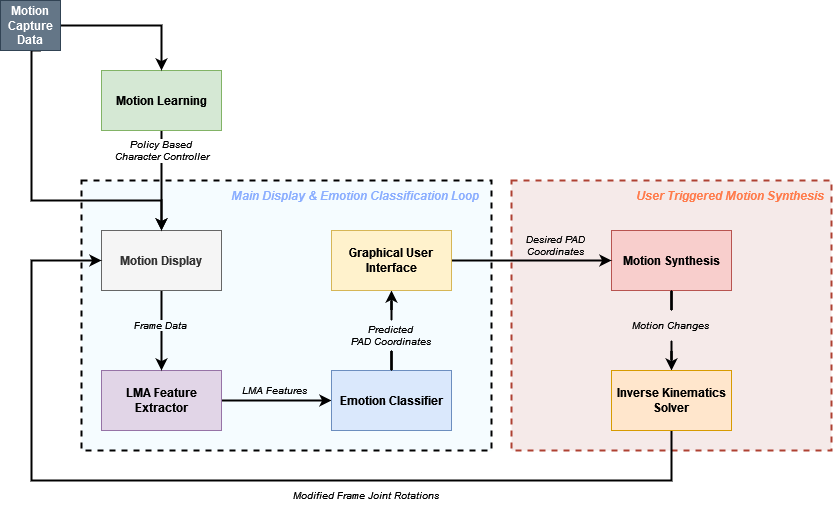
Earlier version of the draw.io export system_arch.drawio.png (HerouFenix/emotion_identification_and_synthesis_website). Source tidied: cells renumbered, new cells last; positions are measured from the earlier drawing's top-left corner, leaving out a move shared by most shapes.
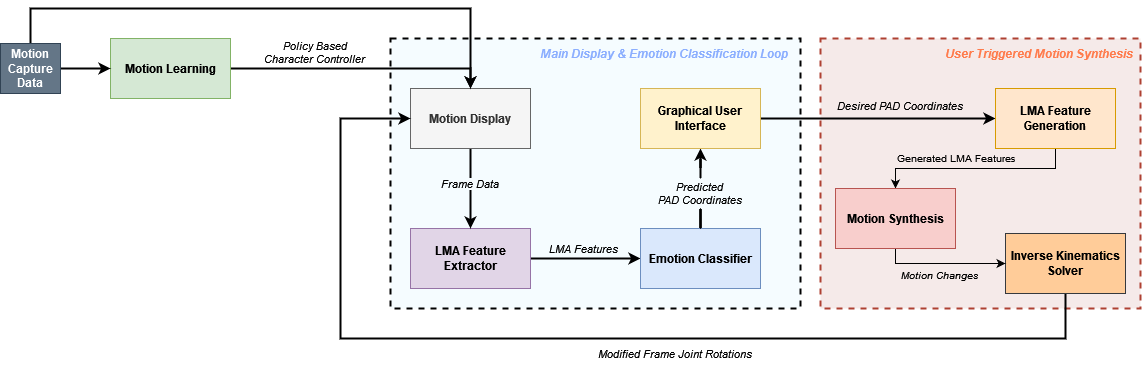
Above is the later version.

Diff of the diagram source:
```diff
@@ -20,58 +20,42 @@
     <mxCell id="7" value="Emotion Classifier" style="rounded=0;whiteSpace=wrap;html=1;fontStyle=1;fillColor=#dae8fc;strokeColor=#6c8ebf;" parent="1" vertex="1">
       <mxGeometry x="331" y="370" width="120" height="60" as="geometry" />
     </mxCell>
-    <mxCell id="8" style="edgeStyle=orthogonalEdgeStyle;rounded=0;jettySize=auto;html=1;entryX=0.5;entryY=0;entryDx=0;entryDy=0;strokeWidth=2;startArrow=none;" parent="1" edge="1" source="27" target="15">
-      <mxGeometry y="-20" relative="1" as="geometry" />
-    </mxCell>
-    <mxCell id="9" value="Motion Synthesis" style="rounded=0;whiteSpace=wrap;html=1;fontStyle=1;fillColor=#f8cecc;strokeColor=#b85450;" parent="1" vertex="1">
-      <mxGeometry x="611" y="230" width="120" height="60" as="geometry" />
-    </mxCell>
     <mxCell id="10" style="edgeStyle=orthogonalEdgeStyle;rounded=0;jettySize=auto;html=1;strokeWidth=2;jumpSize=0;fillColor=none;" parent="1" edge="1" source="11" target="5">
       <mxGeometry y="20" relative="1" as="geometry" />
     </mxCell>
     <mxCell id="11" value="Motion Display" style="rounded=0;whiteSpace=wrap;html=1;fontStyle=1;fillColor=#f5f5f5;strokeColor=#666666;fontColor=#333333;" parent="1" vertex="1">
       <mxGeometry x="101" y="230" width="120" height="60" as="geometry" />
     </mxCell>
-    <mxCell id="12" value="&lt;div style=&quot;font-size: 10px;&quot;&gt;&lt;font style=&quot;font-size: 10px;&quot;&gt;&lt;i&gt;Policy Based &lt;br&gt;&lt;/i&gt;&lt;/font&gt;&lt;/div&gt;&lt;div style=&quot;font-size: 10px;&quot;&gt;&lt;font style=&quot;font-size: 10px;&quot;&gt;&lt;i&gt;Character Controller&lt;/i&gt;&lt;/font&gt;&lt;/div&gt;" style="edgeStyle=orthogonalEdgeStyle;rounded=0;jettySize=auto;html=1;entryX=0.5;entryY=0;entryDx=0;entryDy=0;exitX=0.5;exitY=1;exitDx=0;exitDy=0;strokeWidth=2;" parent="1" edge="1" source="13" target="11">
-      <mxGeometry x="-0.6" relative="1" as="geometry">
-        <Array as="points">
-          <mxPoint x="161" y="145" />
-        </Array>
-      </mxGeometry>
-    </mxCell>
+    <mxCell id="31" style="edgeStyle=orthogonalEdgeStyle;rounded=0;jumpSize=0;jettySize=auto;html=1;entryX=0.5;entryY=0;entryDx=0;entryDy=0;labelBackgroundColor=#F5FCFF;fontSize=10;fontColor=#000000;strokeWidth=2;" parent="1" edge="1" source="13" target="11">
+      <mxGeometry x="-0.31" relative="1" as="geometry" />
+    </mxCell>
     <mxCell id="13" value="Motion Learning" style="rounded=0;whiteSpace=wrap;html=1;fontStyle=1;fillColor=#d5e8d4;strokeColor=#82b366;" parent="1" vertex="1">
-      <mxGeometry x="101" y="70" width="120" height="60" as="geometry" />
+      <mxGeometry x="-199" y="180" width="120" height="60" as="geometry" />
     </mxCell>
     <mxCell id="14" style="edgeStyle=orthogonalEdgeStyle;rounded=0;jumpSize=0;jettySize=auto;html=1;entryX=0;entryY=0.5;entryDx=0;entryDy=0;labelBackgroundColor=#F5FCFF;fontSize=10;fontColor=#000000;strokeWidth=2;exitX=0.5;exitY=1;exitDx=0;exitDy=0;" parent="1" edge="1" source="15" target="11">
       <mxGeometry relative="1" as="geometry">
         <Array as="points">
-          <mxPoint x="671" y="480" />
+          <mxPoint x="756" y="480" />
           <mxPoint x="31" y="480" />
           <mxPoint x="31" y="260" />
         </Array>
       </mxGeometry>
     </mxCell>
-    <mxCell id="15" value="Inverse Kinematics Solver" style="rounded=0;whiteSpace=wrap;html=1;fontStyle=1;fillColor=#ffe6cc;strokeColor=#d79b00;" parent="1" vertex="1">
-      <mxGeometry x="611" y="370" width="120" height="60" as="geometry" />
-    </mxCell>
-    <mxCell id="16" style="edgeStyle=orthogonalEdgeStyle;rounded=0;jettySize=auto;html=1;entryX=0.5;entryY=0;entryDx=0;entryDy=0;strokeWidth=2;" parent="1" edge="1" source="18" target="13">
+    <mxCell id="16" style="edgeStyle=orthogonalEdgeStyle;rounded=0;jettySize=auto;html=1;entryX=0;entryY=0.5;entryDx=0;entryDy=0;strokeWidth=2;" parent="1" edge="1" source="18" target="13">
       <mxGeometry relative="1" as="geometry" />
     </mxCell>
-    <mxCell id="17" style="edgeStyle=orthogonalEdgeStyle;rounded=0;jumpSize=0;orthogonalLoop=1;jettySize=auto;html=1;labelBackgroundColor=#F5FCFF;fontSize=10;fontColor=#000000;strokeWidth=2;" parent="1" edge="1">
-      <mxGeometry relative="1" as="geometry">
-        <mxPoint x="41" y="50" as="sourcePoint" />
-        <mxPoint x="161" y="230" as="targetPoint" />
-        <Array as="points">
-          <mxPoint x="31" y="50" />
-          <mxPoint x="31" y="200" />
-          <mxPoint x="161" y="200" />
-        </Array>
-      </mxGeometry>
-    </mxCell>
+    <mxCell id="32" style="edgeStyle=orthogonalEdgeStyle;rounded=0;jumpSize=0;jettySize=auto;html=1;entryX=0.5;entryY=0;entryDx=0;entryDy=0;labelBackgroundColor=#F5FCFF;fontSize=10;fontColor=#000000;strokeWidth=2;" parent="1" edge="1" source="18" target="11">
+      <mxGeometry relative="1" as="geometry">
+        <Array as="points">
+          <mxPoint x="-279" y="150" />
+          <mxPoint x="161" y="150" />
+        </Array>
+      </mxGeometry>
+    </mxCell>
     <mxCell id="18" value="Motion Capture Data" style="text;html=1;strokeColor=#314354;fillColor=#647687;align=center;verticalAlign=middle;whiteSpace=wrap;rounded=0;fontStyle=1;fontColor=#ffffff;" parent="1" vertex="1">
-      <mxGeometry width="60" height="50" as="geometry" />
+      <mxGeometry x="-309" y="185" width="60" height="50" as="geometry" />
     </mxCell>
-    <mxCell id="19" style="edgeStyle=orthogonalEdgeStyle;rounded=0;jumpSize=0;jettySize=auto;html=1;entryX=0;entryY=0.5;entryDx=0;entryDy=0;labelBackgroundColor=#F5FCFF;fontSize=10;fontColor=#000000;strokeWidth=2;" parent="1" edge="1" source="20" target="9">
+    <mxCell id="19" style="edgeStyle=orthogonalEdgeStyle;rounded=0;jumpSize=0;jettySize=auto;html=1;entryX=0;entryY=0.5;entryDx=0;entryDy=0;labelBackgroundColor=#F5FCFF;fontSize=10;fontColor=#000000;strokeWidth=2;" parent="1" edge="1" source="20" target="34">
       <mxGeometry relative="1" as="geometry" />
     </mxCell>
     <mxCell id="20" value="Graphical User Interface" style="rounded=0;whiteSpace=wrap;html=1;fontStyle=1;fillColor=#fff2cc;strokeColor=#d6b656;" parent="1" vertex="1">
@@ -83,29 +67,51 @@
     <mxCell id="22" value="&lt;div align=&quot;right&quot;&gt;&lt;font color=&quot;#FF7C4D&quot;&gt;&lt;i&gt;User Triggered&lt;/i&gt; &lt;i&gt;Motion Synthesis&lt;/i&gt;&lt;/font&gt;&lt;/div&gt;" style="text;html=1;strokeColor=none;fillColor=none;align=right;verticalAlign=middle;whiteSpace=wrap;rounded=0;dashed=1;fontStyle=1;" parent="1" vertex="1">
       <mxGeometry x="596" y="180" width="230" height="30" as="geometry" />
     </mxCell>
-    <mxCell id="23" value="&lt;span style=&quot;background-color: rgb(245, 252, 255);&quot;&gt;&lt;i&gt;LMA Features&lt;/i&gt;&lt;/span&gt;" style="text;html=1;strokeColor=none;fillColor=none;align=center;verticalAlign=middle;whiteSpace=wrap;rounded=0;dashed=1;fontSize=10;fontColor=#000000;" parent="1" vertex="1">
+    <mxCell id="23" value="&lt;font style=&quot;font-size: 11px;&quot;&gt;&lt;span style=&quot;background-color: rgb(245, 252, 255);&quot;&gt;&lt;i&gt;LMA Features&lt;/i&gt;&lt;/span&gt;&lt;/font&gt;" style="text;html=1;strokeColor=none;fillColor=none;align=center;verticalAlign=middle;whiteSpace=wrap;rounded=0;dashed=1;fontSize=10;fontColor=#000000;" parent="1" vertex="1">
       <mxGeometry x="224" y="375" width="100" height="30" as="geometry" />
     </mxCell>
-    <mxCell id="24" value="&lt;span style=&quot;background-color: rgb(245, 252, 255);&quot;&gt;&lt;i&gt;Frame Data&lt;br&gt;&lt;/i&gt;&lt;/span&gt;" style="text;html=1;strokeColor=none;fillColor=none;align=center;verticalAlign=middle;whiteSpace=wrap;rounded=0;dashed=1;fontSize=10;fontColor=#000000;" parent="1" vertex="1">
+    <mxCell id="24" value="&lt;font style=&quot;font-size: 11px;&quot;&gt;&lt;span style=&quot;background-color: rgb(245, 252, 255);&quot;&gt;&lt;i&gt;Frame Data&lt;br&gt;&lt;/i&gt;&lt;/span&gt;&lt;/font&gt;" style="text;html=1;strokeColor=none;fillColor=none;align=center;verticalAlign=middle;whiteSpace=wrap;rounded=0;dashed=1;fontSize=10;fontColor=#000000;" parent="1" vertex="1">
       <mxGeometry x="111" y="310" width="100" height="30" as="geometry" />
     </mxCell>
-    <mxCell id="25" value="&lt;div&gt;&lt;span style=&quot;background-color: rgb(245, 234, 233);&quot;&gt;&lt;i&gt;Desired PAD &lt;br&gt;&lt;/i&gt;&lt;/span&gt;&lt;/div&gt;&lt;div&gt;&lt;span style=&quot;background-color: rgb(245, 234, 233);&quot;&gt;&lt;i&gt;Coordinates&lt;/i&gt;&lt;/span&gt;&lt;/div&gt;&lt;div&gt;&lt;span style=&quot;background-color: rgb(245, 234, 233);&quot;&gt;&lt;/span&gt;&lt;/div&gt;" style="text;html=1;strokeColor=none;fillColor=none;align=center;verticalAlign=middle;whiteSpace=wrap;rounded=0;dashed=1;fontSize=10;fontColor=#000000;" parent="1" vertex="1">
-      <mxGeometry x="491" y="230" width="130" height="30" as="geometry" />
+    <mxCell id="25" value="&lt;div style=&quot;font-size: 11px;&quot;&gt;&lt;font style=&quot;font-size: 11px;&quot;&gt;&lt;span style=&quot;background-color: rgb(245, 234, 233);&quot;&gt;&lt;i&gt;Desired PAD Coordinates&lt;/i&gt;&lt;/span&gt;&lt;/font&gt;&lt;/div&gt;&lt;div style=&quot;font-size: 11px;&quot;&gt;&lt;font style=&quot;font-size: 11px;&quot;&gt;&lt;span style=&quot;background-color: rgb(245, 234, 233);&quot;&gt;&lt;/span&gt;&lt;/font&gt;&lt;/div&gt;" style="text;html=1;strokeColor=none;fillColor=none;align=center;verticalAlign=middle;whiteSpace=wrap;rounded=0;dashed=1;fontSize=10;fontColor=#000000;" parent="1" vertex="1">
+      <mxGeometry x="501" y="232" width="180" height="30" as="geometry" />
     </mxCell>
-    <mxCell id="26" value="&lt;span style=&quot;background-color: transparent;&quot;&gt;&lt;i&gt;Modified Frame Joint Rotations&lt;br&gt;&lt;/i&gt;&lt;/span&gt;" style="text;html=1;strokeColor=none;fillColor=none;align=center;verticalAlign=middle;whiteSpace=wrap;rounded=0;dashed=1;fontSize=10;fontColor=#000000;" parent="1" vertex="1">
+    <mxCell id="26" value="&lt;font style=&quot;font-size: 11px;&quot;&gt;&lt;span style=&quot;background-color: transparent;&quot;&gt;&lt;i&gt;Modified Frame Joint Rotations&lt;br&gt;&lt;/i&gt;&lt;/span&gt;&lt;/font&gt;" style="text;html=1;strokeColor=none;fillColor=none;align=center;verticalAlign=middle;whiteSpace=wrap;rounded=0;dashed=1;fontSize=10;fontColor=#000000;" parent="1" vertex="1">
       <mxGeometry x="281" y="480" width="170" height="30" as="geometry" />
     </mxCell>
-    <mxCell id="27" value="&lt;i&gt;Motion Changes&lt;br&gt;&lt;/i&gt;" style="text;html=1;strokeColor=none;fillColor=none;align=center;verticalAlign=middle;whiteSpace=wrap;rounded=0;dashed=1;fontSize=10;fontColor=#000000;" parent="1" vertex="1">
-      <mxGeometry x="606" y="310" width="130" height="30" as="geometry" />
-    </mxCell>
-    <mxCell id="28" style="edgeStyle=orthogonalEdgeStyle;rounded=0;jettySize=auto;html=1;entryX=0.5;entryY=0;entryDx=0;entryDy=0;strokeWidth=2;endArrow=none;" parent="1" edge="1" source="9" target="27">
-      <mxGeometry y="-20" relative="1" as="geometry" />
-    </mxCell>
-    <mxCell id="29" value="&lt;div&gt;&lt;i&gt;Predicted&lt;/i&gt;&lt;/div&gt;&lt;div&gt;&lt;i&gt;PAD Coordinates&lt;br&gt;&lt;/i&gt;&lt;/div&gt;" style="text;html=1;strokeColor=none;fillColor=none;align=center;verticalAlign=middle;whiteSpace=wrap;rounded=0;dashed=1;fontSize=10;fontColor=#000000;" parent="1" vertex="1">
+    <mxCell id="29" value="&lt;div style=&quot;font-size: 11px;&quot;&gt;&lt;font style=&quot;font-size: 11px;&quot;&gt;&lt;i&gt;Predicted&lt;/i&gt;&lt;/font&gt;&lt;/div&gt;&lt;div style=&quot;font-size: 11px;&quot;&gt;&lt;font style=&quot;font-size: 11px;&quot;&gt;&lt;i&gt;PAD Coordinates&lt;br&gt;&lt;/i&gt;&lt;/font&gt;&lt;/div&gt;" style="text;html=1;strokeColor=none;fillColor=none;align=center;verticalAlign=middle;whiteSpace=wrap;rounded=0;dashed=1;fontSize=10;fontColor=#000000;" parent="1" vertex="1">
       <mxGeometry x="341" y="320" width="100" height="30" as="geometry" />
     </mxCell>
     <mxCell id="30" style="edgeStyle=orthogonalEdgeStyle;rounded=0;jumpSize=0;jettySize=auto;html=1;entryX=0.5;entryY=1;entryDx=0;entryDy=0;labelBackgroundColor=#F5FCFF;fontSize=10;fontColor=#000000;strokeWidth=2;endArrow=none;" parent="1" edge="1" source="7" target="29">
       <mxGeometry relative="1" as="geometry" />
     </mxCell>
+    <mxCell id="12" value="&lt;div style=&quot;font-size: 11px;&quot;&gt;&lt;font style=&quot;font-size: 11px;&quot;&gt;&lt;i&gt;Policy Based&lt;/i&gt;&lt;/font&gt;&lt;/div&gt;&lt;div style=&quot;font-size: 11px;&quot;&gt;&lt;font style=&quot;font-size: 11px;&quot;&gt;&lt;i&gt;Character Controller&lt;br&gt;&lt;/i&gt;&lt;/font&gt;&lt;/div&gt;" style="text;html=1;strokeColor=none;fillColor=none;align=center;verticalAlign=middle;whiteSpace=wrap;rounded=0;dashed=1;fontSize=10;fontColor=#000000;" parent="1" vertex="1">
+      <mxGeometry x="-49" y="179" width="110" height="30" as="geometry" />
+    </mxCell>
+    <mxCell id="33" style="edgeStyle=orthogonalEdgeStyle;rounded=0;jettySize=auto;html=1;entryX=0.5;entryY=0;entryDx=0;entryDy=0;exitX=0.5;exitY=1;exitDx=0;exitDy=0;" parent="1" edge="1" source="34" target="9">
+      <mxGeometry relative="1" as="geometry" />
+    </mxCell>
+    <mxCell id="34" value="LMA Feature Generation" style="rounded=0;whiteSpace=wrap;html=1;fontStyle=1;fillColor=#ffe6cc;strokeColor=#d79b00;" parent="1" vertex="1">
+      <mxGeometry x="686" y="230" width="120" height="60" as="geometry" />
+    </mxCell>
+    <mxCell id="15" value="Inverse Kinematics Solver" style="rounded=0;whiteSpace=wrap;html=1;fontStyle=1;fillColor=#ffcc99;strokeColor=#36393d;" parent="1" vertex="1">
+      <mxGeometry x="696" y="375" width="120" height="60" as="geometry" />
+    </mxCell>
+    <mxCell id="27" value="&lt;i&gt;Motion Changes&lt;br&gt;&lt;/i&gt;" style="text;html=1;strokeColor=none;fillColor=none;align=center;verticalAlign=middle;whiteSpace=wrap;rounded=0;dashed=1;fontSize=10;fontColor=#000000;" parent="1" vertex="1">
+      <mxGeometry x="566" y="402" width="130" height="30" as="geometry" />
+    </mxCell>
+    <mxCell id="35" style="edgeStyle=orthogonalEdgeStyle;rounded=0;jettySize=auto;html=1;entryX=0;entryY=0.5;entryDx=0;entryDy=0;exitX=0.5;exitY=1;exitDx=0;exitDy=0;" parent="1" edge="1" source="9" target="15">
+      <mxGeometry relative="1" as="geometry">
+        <Array as="points">
+          <mxPoint x="586" y="405" />
+        </Array>
+      </mxGeometry>
+    </mxCell>
+    <mxCell id="9" value="Motion Synthesis" style="rounded=0;whiteSpace=wrap;html=1;fontStyle=1;fillColor=#f8cecc;strokeColor=#b85450;" parent="1" vertex="1">
+      <mxGeometry x="526" y="330" width="120" height="60" as="geometry" />
+    </mxCell>
+    <mxCell id="36" value="Generated LMA Features" style="text;html=1;strokeColor=none;fillColor=none;align=center;verticalAlign=middle;whiteSpace=wrap;rounded=0;dashed=1;fontSize=10;fontColor=#000000;" parent="1" vertex="1">
+      <mxGeometry x="582" y="285" width="130" height="30" as="geometry" />
+    </mxCell>
   </root>
 </mxGraphModel>
```
